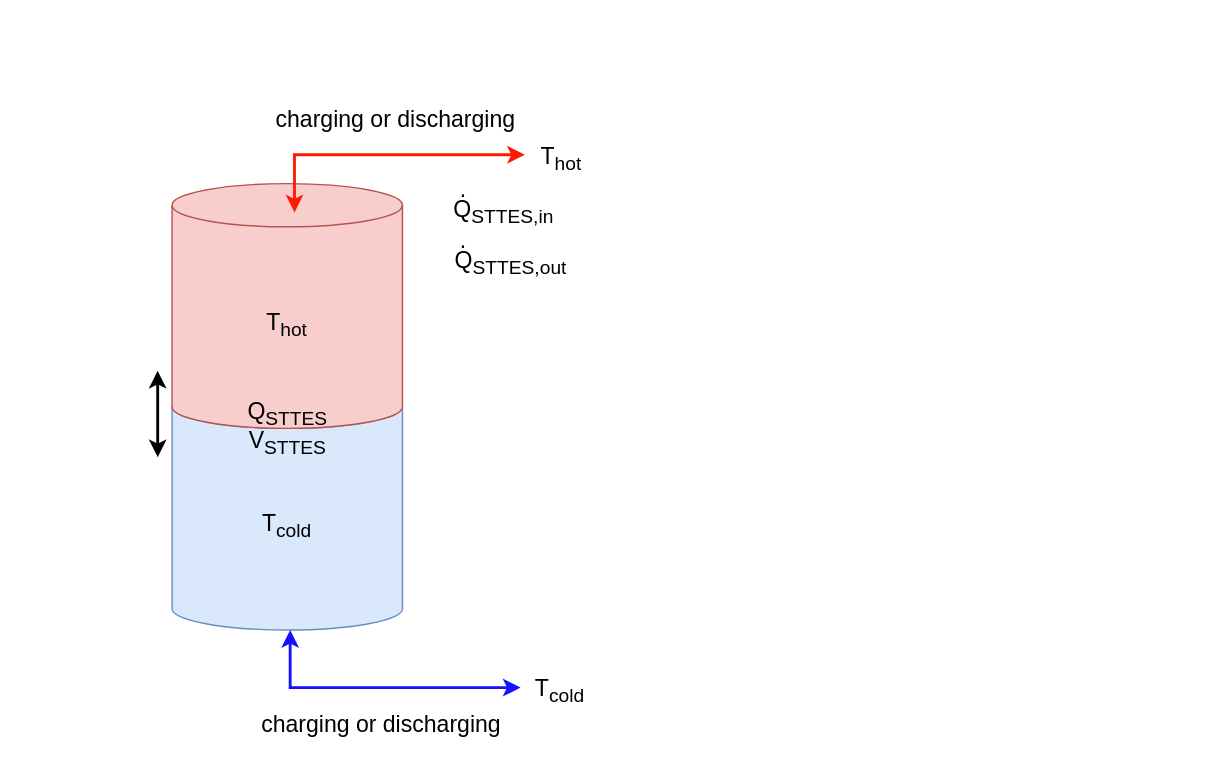
This is docs/fig/source_files/221021_STTES_scetch.drawio from QuaSi-Software/Documentation, a draw.io file, before an edit. Source tidied: cells renumbered, new cells numbered last; positions are measured from the earlier drawing's top-left corner, leaving out a move shared by most shapes. Both pictures are drawn from the tidied source at 144%, with x=0, y=0 at pixel (157, 96).
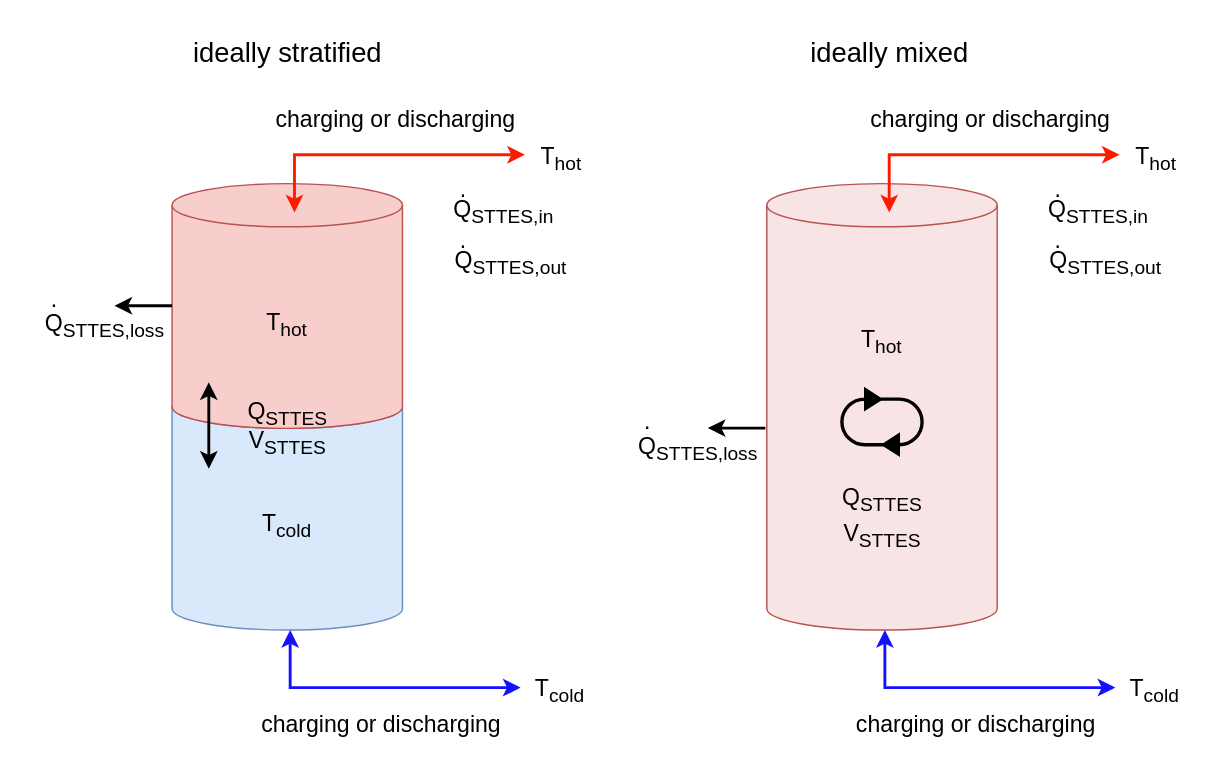
The same page after the edit.

What changed in the source:
```diff
@@
     <mxCell id="6" style="endArrow=classic;startArrow=classic;html=1;rounded=0;strokeColor=#000000;strokeWidth=2;fontSize=16;" parent="1" edge="1">
       <mxGeometry relative="1" as="geometry">
-        <mxPoint y="250" as="sourcePoint" />
-        <mxPoint y="190" as="targetPoint" />
+        <mxPoint x="35.5" y="258" as="sourcePoint" />
+        <mxPoint x="35.5" y="198" as="targetPoint" />
       </mxGeometry>
     </mxCell>
@@
+    <mxCell id="17" value="&lt;font style=&quot;font-size: 16px;&quot;&gt;T&lt;sub&gt;hot&lt;br&gt;&lt;br&gt;&lt;br&gt;&lt;br&gt;&lt;br&gt;&lt;br&gt;&lt;/sub&gt;&lt;/font&gt;" style="shape=cylinder3;whiteSpace=wrap;html=1;boundedLbl=1;backgroundOutline=1;size=15;fillColor=#F8E4E4;strokeColor=#b85450;gradientColor=none;" parent="1" vertex="1">
+      <mxGeometry x="423" y="60" width="160" height="310" as="geometry" />
+    </mxCell>
+    <mxCell id="18" style="endArrow=classic;html=1;rounded=0;fontSize=16;startArrow=classic;startFill=1;strokeWidth=2;strokeColor=#FF1900;endFill=1;" parent="1" edge="1">
+      <mxGeometry relative="1" as="geometry">
+        <mxPoint x="508" y="80" as="sourcePoint" />
+        <mxPoint x="668" y="40" as="targetPoint" />
+        <Array as="points">
+          <mxPoint x="508" y="40" />
+        </Array>
+      </mxGeometry>
+    </mxCell>
+    <mxCell id="19" style="endArrow=classic;html=1;rounded=0;fontSize=16;startArrow=classic;startFill=1;strokeWidth=2;strokeColor=#170FFF;endFill=1;" parent="1" edge="1">
+      <mxGeometry relative="1" as="geometry">
+        <mxPoint x="505" y="370" as="sourcePoint" />
+        <mxPoint x="665" y="410" as="targetPoint" />
+        <Array as="points">
+          <mxPoint x="505" y="410" />
+        </Array>
+      </mxGeometry>
+    </mxCell>
+    <mxCell id="20" value="charging or discharging" style="text;html=1;align=center;verticalAlign=middle;strokeColor=none;fillColor=none;fontSize=16;" parent="1" vertex="1">
+      <mxGeometry x="483" width="190" height="30" as="geometry" />
+    </mxCell>
+    <mxCell id="21" value="charging or discharging" style="text;html=1;align=center;verticalAlign=middle;strokeColor=none;fillColor=none;fontSize=16;" parent="1" vertex="1">
+      <mxGeometry x="473" y="420" width="190" height="30" as="geometry" />
+    </mxCell>
+    <mxCell id="22" value="T&lt;sub&gt;hot&lt;/sub&gt;" style="text;html=1;align=center;verticalAlign=middle;strokeColor=none;fillColor=none;fontSize=16;" parent="1" vertex="1">
+      <mxGeometry x="668" y="23" width="50" height="40" as="geometry" />
+    </mxCell>
+    <mxCell id="23" value="T&lt;sub&gt;cold&lt;br&gt;&lt;/sub&gt;" style="text;html=1;align=center;verticalAlign=middle;strokeColor=none;fillColor=none;fontSize=16;" parent="1" vertex="1">
+      <mxGeometry x="662" y="392" width="60" height="40" as="geometry" />
+    </mxCell>
+    <mxCell id="24" value="Q&lt;sub&gt;STTES,in&lt;/sub&gt;" style="text;html=1;align=center;verticalAlign=middle;strokeColor=none;fillColor=none;fontSize=16;" parent="1" vertex="1">
+      <mxGeometry x="608" y="60" width="90" height="40" as="geometry" />
+    </mxCell>
+    <mxCell id="25" value="Q&lt;sub&gt;STTES,out&lt;/sub&gt;" style="text;html=1;align=center;verticalAlign=middle;strokeColor=none;fillColor=none;fontSize=16;" parent="1" vertex="1">
+      <mxGeometry x="608" y="95" width="100" height="40" as="geometry" />
+    </mxCell>
+    <mxCell id="26" value="." style="text;html=1;align=center;verticalAlign=middle;strokeColor=none;fillColor=none;fontSize=16;" parent="1" vertex="1">
+      <mxGeometry x="610" y="84" width="30" height="30" as="geometry" />
+    </mxCell>
+    <mxCell id="27" value="." style="text;html=1;align=center;verticalAlign=middle;strokeColor=none;fillColor=none;fontSize=16;" parent="1" vertex="1">
+      <mxGeometry x="610" y="49" width="30" height="30" as="geometry" />
+    </mxCell>
+    <mxCell id="28" value="Q&lt;sub&gt;STTES&lt;/sub&gt;" style="text;html=1;align=center;verticalAlign=middle;strokeColor=none;fillColor=none;fontSize=16;" parent="1" vertex="1">
+      <mxGeometry x="463" y="260" width="80" height="40" as="geometry" />
+    </mxCell>
+    <mxCell id="29" value="V&lt;sub&gt;STTES&lt;/sub&gt;" style="text;html=1;align=center;verticalAlign=middle;strokeColor=none;fillColor=none;fontSize=16;" parent="1" vertex="1">
+      <mxGeometry x="463" y="285" width="80" height="40" as="geometry" />
+    </mxCell>
+    <mxCell id="30" value="ideally stratified" style="text;html=1;align=center;verticalAlign=middle;strokeColor=none;fillColor=none;fontSize=19;" parent="1" vertex="1">
+      <mxGeometry x="15" y="-50" width="150" height="40" as="geometry" />
+    </mxCell>
+    <mxCell id="31" value="ideally&amp;nbsp;mixed" style="text;html=1;align=center;verticalAlign=middle;strokeColor=none;fillColor=none;fontSize=19;" parent="1" vertex="1">
+      <mxGeometry x="443" y="-50" width="130" height="40" as="geometry" />
+    </mxCell>
+    <mxCell id="32" style="html=1;shadow=0;dashed=0;align=center;verticalAlign=middle;shape=mxgraph.arrows2.uTurnArrow;dy=0.67;arrowHead=15.33;dx2=11.94;fontSize=19;fillColor=#000000;fontColor=#000000;" parent="1" vertex="1">
+      <mxGeometry x="474.5" y="202" width="30" height="40" as="geometry" />
+    </mxCell>
+    <mxCell id="33" style="html=1;shadow=0;dashed=0;align=center;verticalAlign=middle;shape=mxgraph.arrows2.uTurnArrow;dy=0.67;arrowHead=15.33;dx2=11.94;fontSize=19;fillColor=#000000;fontColor=#000000;rotation=-180;" parent="1" vertex="1">
+      <mxGeometry x="502.5" y="209" width="29" height="40" as="geometry" />
+    </mxCell>
+    <mxCell id="34" style="endArrow=classic;startArrow=none;html=1;rounded=0;strokeColor=#000000;strokeWidth=2;fontSize=16;startFill=0;" parent="1" edge="1">
+      <mxGeometry relative="1" as="geometry">
+        <mxPoint x="10" y="144.8" as="sourcePoint" />
+        <mxPoint x="-30" y="144.8" as="targetPoint" />
+      </mxGeometry>
+    </mxCell>
+    <mxCell id="35" value="Q&lt;sub&gt;STTES,loss&lt;/sub&gt;" style="text;html=1;align=center;verticalAlign=middle;strokeColor=none;fillColor=none;fontSize=16;" parent="1" vertex="1">
+      <mxGeometry x="-92" y="139" width="110" height="40" as="geometry" />
+    </mxCell>
+    <mxCell id="36" value="." style="text;html=1;align=center;verticalAlign=middle;strokeColor=none;fillColor=none;fontSize=16;" parent="1" vertex="1">
+      <mxGeometry x="-87" y="125" width="30" height="30" as="geometry" />
+    </mxCell>
+    <mxCell id="37" style="endArrow=classic;startArrow=none;html=1;rounded=0;strokeColor=#000000;strokeWidth=2;fontSize=16;startFill=0;" parent="1" edge="1">
+      <mxGeometry relative="1" as="geometry">
+        <mxPoint x="422" y="229.8" as="sourcePoint" />
+        <mxPoint x="382" y="229.8" as="targetPoint" />
+      </mxGeometry>
+    </mxCell>
+    <mxCell id="38" value="Q&lt;sub&gt;STTES,loss&lt;/sub&gt;" style="text;html=1;align=center;verticalAlign=middle;strokeColor=none;fillColor=none;fontSize=16;" parent="1" vertex="1">
+      <mxGeometry x="320" y="224" width="110" height="40" as="geometry" />
+    </mxCell>
+    <mxCell id="39" value="." style="text;html=1;align=center;verticalAlign=middle;strokeColor=none;fillColor=none;fontSize=16;" parent="1" vertex="1">
+      <mxGeometry x="325" y="210" width="30" height="30" as="geometry" />
+    </mxCell>
```
